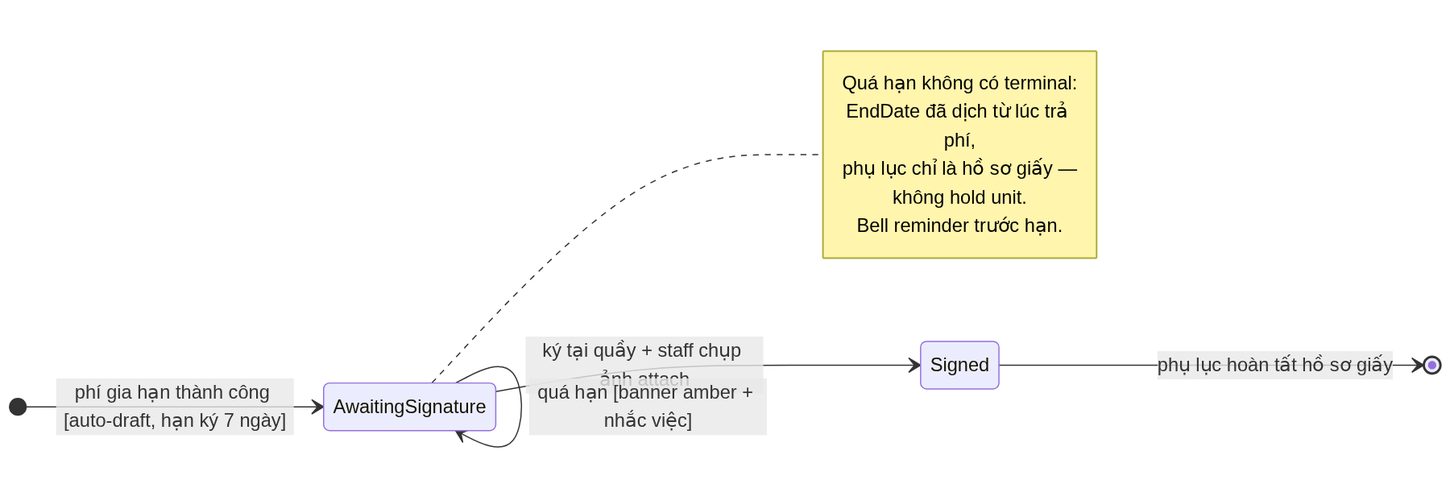
Before: ERD_Statechart_LaTeX/images/state-addendum.png, a diagram exported from Mermaid (bechovang/bmad-swp). Its source is kept beside it as ERD_Statechart_LaTeX/mermaid/state-addendum.mmd.
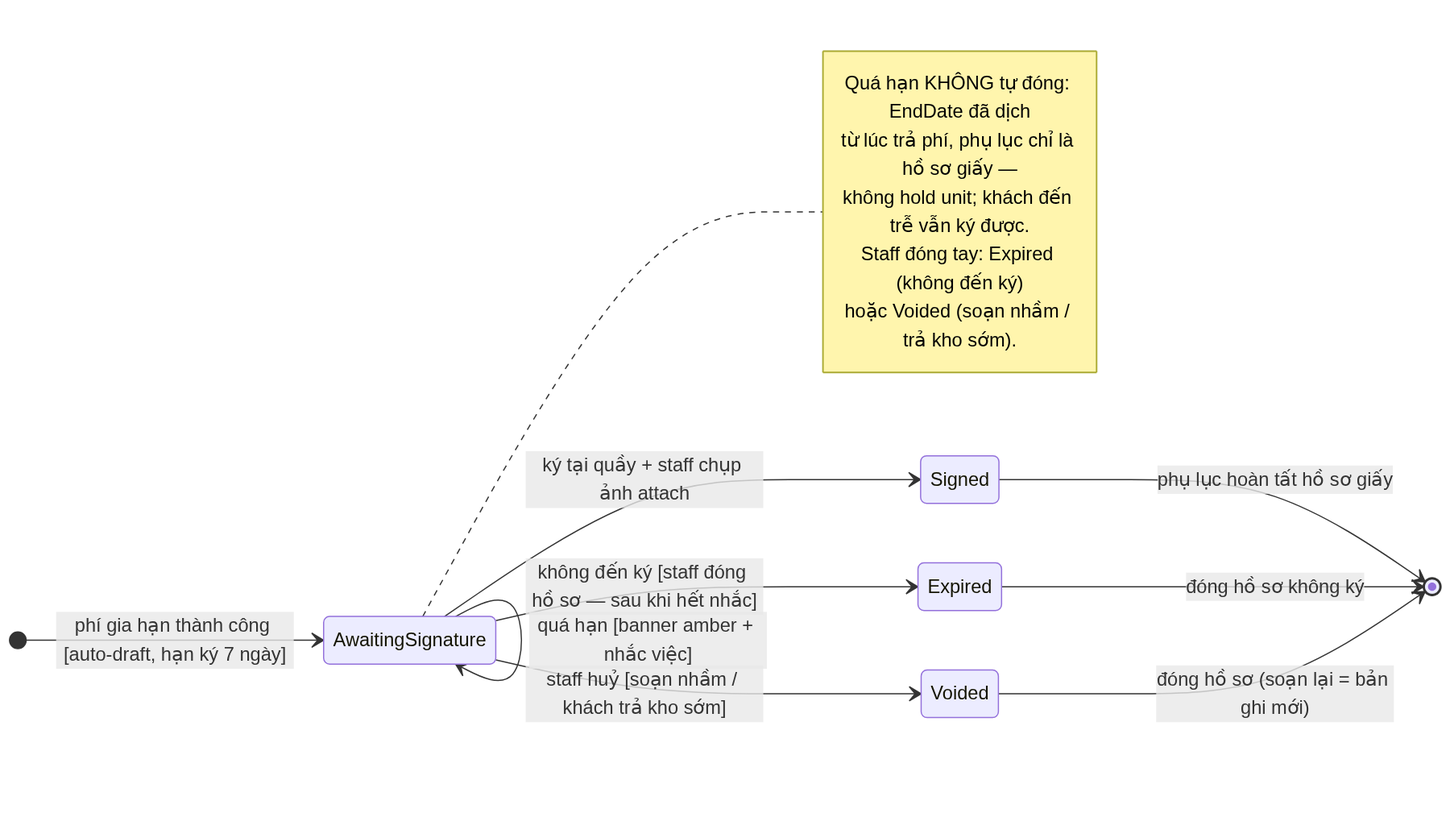
The same diagram one commit later.

What changed in the source:
```diff
@@ -4,13 +4,17 @@
 
     AwaitingSignature --> Signed : ký tại quầy + staff chụp ảnh attach
     AwaitingSignature --> AwaitingSignature : quá hạn [banner amber + nhắc việc]
+    AwaitingSignature --> Expired : không đến ký [staff đóng hồ sơ — sau khi hết nhắc]
+    AwaitingSignature --> Voided : staff huỷ [soạn nhầm / khách trả kho sớm]
 
     Signed --> [*] : phụ lục hoàn tất hồ sơ giấy
+    Expired --> [*] : đóng hồ sơ không ký
+    Voided --> [*] : đóng hồ sơ (soạn lại = bản ghi mới)
 
     note right of AwaitingSignature
-        Quá hạn không có terminal:
-        EndDate đã dịch từ lúc trả phí,
-        phụ lục chỉ là hồ sơ giấy —
-        không hold unit.
-        Bell reminder trước hạn.
+        Quá hạn KHÔNG tự đóng: EndDate đã dịch
+        từ lúc trả phí, phụ lục chỉ là hồ sơ giấy —
+        không hold unit; khách đến trễ vẫn ký được.
+        Staff đóng tay: Expired (không đến ký)
+        hoặc Voided (soạn nhầm / trả kho sớm).
     end note
```
